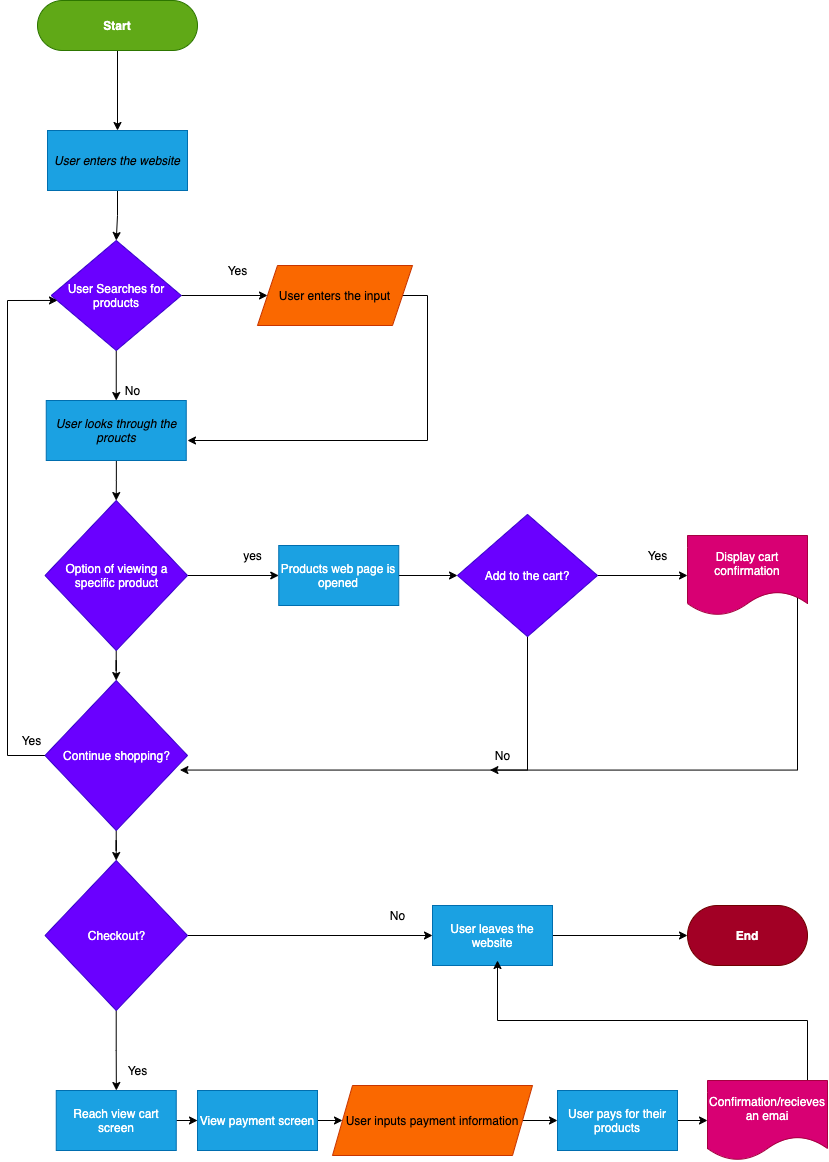
rcherukuru2000/fa21-cse110-lab4 keeps this draw.io diagram as explore/diagramming/diagram.drawio.png. Above is the earlier version. Source tidied: cells renumbered, new cells last; positions are measured from the earlier drawing's top-left corner, leaving out a move shared by most shapes.
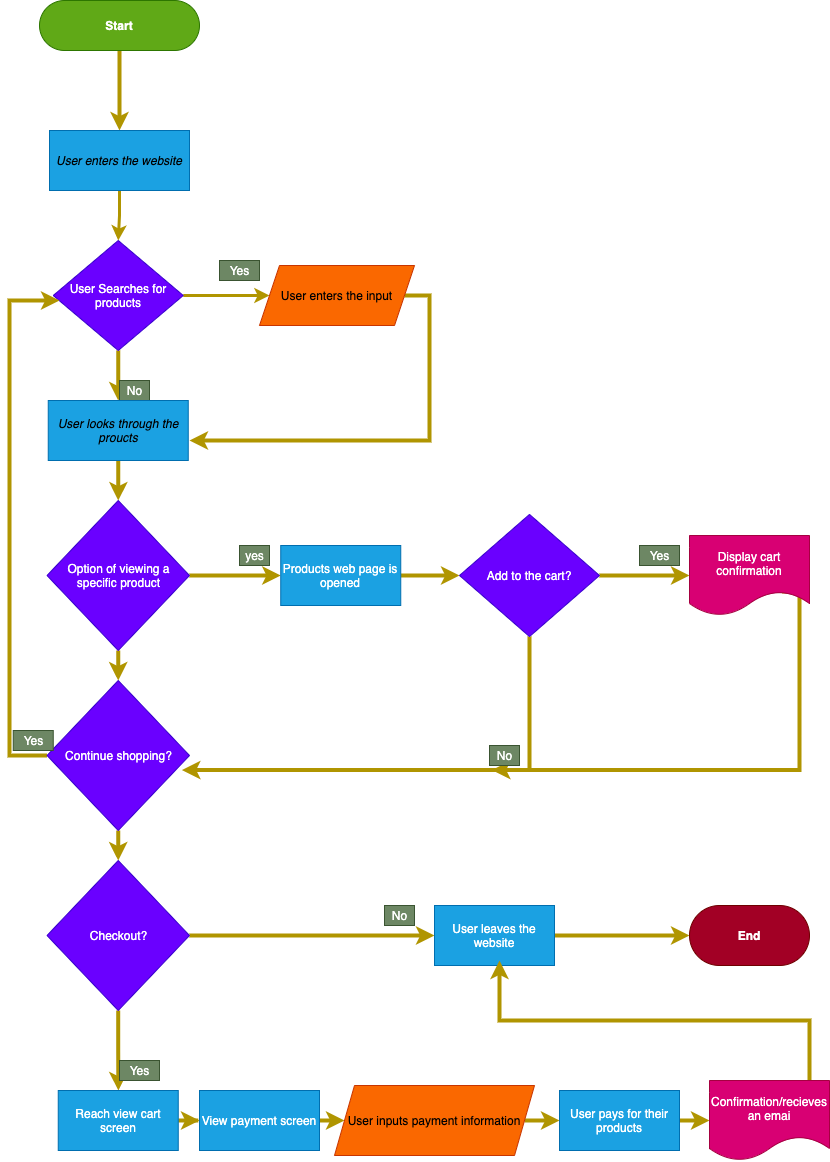
Later version of the same file.

Commit message:
editted diagram

The edit, as a diff of the source:
```diff
@@ -2,34 +2,34 @@
   <root>
     <mxCell id="0" />
     <mxCell id="1" parent="0" />
-    <mxCell id="2" style="edgeStyle=orthogonalEdgeStyle;rounded=0;jettySize=auto;html=1;entryX=0.5;entryY=0;entryDx=0;entryDy=0;" parent="1" edge="1" source="3" target="5">
+    <mxCell id="2" style="edgeStyle=orthogonalEdgeStyle;rounded=0;jettySize=auto;html=1;entryX=0.5;entryY=0;entryDx=0;entryDy=0;fillColor=#e3c800;strokeColor=#B09500;strokeWidth=4;" parent="1" edge="1" source="3" target="5">
       <mxGeometry relative="1" as="geometry" />
     </mxCell>
     <mxCell id="3" value="&lt;b&gt;Start&lt;/b&gt;" style="rounded=1;whiteSpace=wrap;html=1;arcSize=50;fillColor=#60a917;strokeColor=#2D7600;fontColor=#ffffff;" parent="1" vertex="1">
       <mxGeometry x="30" width="160" height="50" as="geometry" />
     </mxCell>
-    <mxCell id="4" style="edgeStyle=orthogonalEdgeStyle;rounded=0;jettySize=auto;html=1;entryX=0.5;entryY=0;entryDx=0;entryDy=0;" parent="1" edge="1" source="5" target="8">
+    <mxCell id="4" style="edgeStyle=orthogonalEdgeStyle;rounded=0;jettySize=auto;html=1;entryX=0.5;entryY=0;entryDx=0;entryDy=0;fillColor=#e3c800;strokeColor=#B09500;strokeWidth=3;" parent="1" edge="1" source="5" target="8">
       <mxGeometry relative="1" as="geometry" />
     </mxCell>
     <mxCell id="5" value="&lt;i&gt;&lt;font color=&quot;#000000&quot;&gt;User enters the website&lt;/font&gt;&lt;/i&gt;" style="rounded=0;whiteSpace=wrap;html=1;fillColor=#1ba1e2;strokeColor=#006EAF;fontColor=#ffffff;" parent="1" vertex="1">
       <mxGeometry x="40" y="130" width="140" height="60" as="geometry" />
     </mxCell>
-    <mxCell id="6" style="edgeStyle=orthogonalEdgeStyle;rounded=0;jettySize=auto;html=1;" parent="1" edge="1" source="8" target="14">
+    <mxCell id="6" style="edgeStyle=orthogonalEdgeStyle;rounded=0;jettySize=auto;html=1;fillColor=#e3c800;strokeColor=#B09500;strokeWidth=4;" parent="1" edge="1" source="8" target="14">
       <mxGeometry relative="1" as="geometry" />
     </mxCell>
-    <mxCell id="7" style="edgeStyle=orthogonalEdgeStyle;rounded=0;jettySize=auto;html=1;" parent="1" edge="1" source="8" target="12">
+    <mxCell id="7" style="edgeStyle=orthogonalEdgeStyle;rounded=0;jettySize=auto;html=1;fillColor=#e3c800;strokeColor=#B09500;strokeWidth=3;" parent="1" edge="1" source="8" target="12">
       <mxGeometry relative="1" as="geometry" />
     </mxCell>
     <mxCell id="8" value="User Searches for products" style="rhombus;whiteSpace=wrap;html=1;fillColor=#6a00ff;strokeColor=#3700CC;fontColor=#ffffff;" parent="1" vertex="1">
       <mxGeometry x="43.8" y="240" width="130" height="110" as="geometry" />
     </mxCell>
-    <mxCell id="9" value="Yes" style="text;html=1;align=center;verticalAlign=middle;strokeColor=none;" parent="1" vertex="1">
+    <mxCell id="9" value="Yes" style="text;html=1;align=center;verticalAlign=middle;strokeColor=#3A5431;fillColor=#6d8764;fontColor=#ffffff;" parent="1" vertex="1">
       <mxGeometry x="210" y="260" width="40" height="20" as="geometry" />
     </mxCell>
-    <mxCell id="10" value="No&lt;br&gt;" style="text;html=1;align=center;verticalAlign=middle;strokeColor=none;" parent="1" vertex="1">
+    <mxCell id="10" value="No&lt;br&gt;" style="text;html=1;align=center;verticalAlign=middle;strokeColor=#3A5431;fillColor=#6d8764;fontColor=#ffffff;" parent="1" vertex="1">
       <mxGeometry x="110" y="380" width="30" height="20" as="geometry" />
     </mxCell>
-    <mxCell id="11" style="edgeStyle=orthogonalEdgeStyle;rounded=0;jettySize=auto;html=1;" parent="1" edge="1" source="12">
+    <mxCell id="11" style="edgeStyle=orthogonalEdgeStyle;rounded=0;jettySize=auto;html=1;strokeWidth=4;fillColor=#e3c800;strokeColor=#B09500;" parent="1" edge="1" source="12">
       <mxGeometry relative="1" as="geometry">
         <mxPoint x="180" y="440" as="targetPoint" />
         <Array as="points">
@@ -41,34 +41,34 @@
     <mxCell id="12" value="User enters the input" style="shape=parallelogram;perimeter=parallelogramPerimeter;whiteSpace=wrap;html=1;fixedSize=1;fillColor=#fa6800;strokeColor=#C73500;fontColor=#000000;" parent="1" vertex="1">
       <mxGeometry x="250" y="265" width="155" height="60" as="geometry" />
     </mxCell>
-    <mxCell id="13" style="edgeStyle=orthogonalEdgeStyle;rounded=0;jettySize=auto;html=1;" parent="1" edge="1" source="14" target="17">
+    <mxCell id="13" style="edgeStyle=orthogonalEdgeStyle;rounded=0;jettySize=auto;html=1;fillColor=#e3c800;strokeColor=#B09500;strokeWidth=4;" parent="1" edge="1" source="14" target="17">
       <mxGeometry relative="1" as="geometry" />
     </mxCell>
     <mxCell id="14" value="&lt;i&gt;&lt;font color=&quot;#000000&quot;&gt;User looks through the proucts&lt;/font&gt;&lt;/i&gt;" style="rounded=0;whiteSpace=wrap;html=1;fillColor=#1ba1e2;strokeColor=#006EAF;fontColor=#ffffff;" parent="1" vertex="1">
       <mxGeometry x="38.8" y="400" width="140" height="60" as="geometry" />
     </mxCell>
-    <mxCell id="15" style="edgeStyle=orthogonalEdgeStyle;rounded=0;jettySize=auto;html=1;" parent="1" edge="1" source="17" target="19">
+    <mxCell id="15" style="edgeStyle=orthogonalEdgeStyle;rounded=0;jettySize=auto;html=1;fillColor=#e3c800;strokeColor=#B09500;strokeWidth=4;" parent="1" edge="1" source="17" target="19">
       <mxGeometry relative="1" as="geometry" />
     </mxCell>
-    <mxCell id="16" style="edgeStyle=orthogonalEdgeStyle;rounded=0;jettySize=auto;html=1;" parent="1" edge="1" source="17" target="29">
+    <mxCell id="16" style="edgeStyle=orthogonalEdgeStyle;rounded=0;jettySize=auto;html=1;fillColor=#e3c800;strokeColor=#B09500;strokeWidth=4;" parent="1" edge="1" source="17" target="29">
       <mxGeometry relative="1" as="geometry" />
     </mxCell>
     <mxCell id="17" value="Option of viewing a specific product" style="rhombus;whiteSpace=wrap;html=1;rounded=0;fontColor=#ffffff;strokeColor=#3700CC;fillColor=#6a00ff;" parent="1" vertex="1">
       <mxGeometry x="37.5" y="500" width="142.5" height="150" as="geometry" />
     </mxCell>
-    <mxCell id="18" style="edgeStyle=orthogonalEdgeStyle;rounded=0;jettySize=auto;html=1;" parent="1" edge="1" source="19" target="23">
+    <mxCell id="18" style="edgeStyle=orthogonalEdgeStyle;rounded=0;jettySize=auto;html=1;fillColor=#e3c800;strokeColor=#B09500;strokeWidth=4;" parent="1" edge="1" source="19" target="23">
       <mxGeometry relative="1" as="geometry" />
     </mxCell>
     <mxCell id="19" value="Products web page is opened" style="whiteSpace=wrap;html=1;rounded=0;fontColor=#ffffff;strokeColor=#006EAF;fillColor=#1ba1e2;" parent="1" vertex="1">
       <mxGeometry x="271.2" y="545" width="120" height="60" as="geometry" />
     </mxCell>
-    <mxCell id="20" value="yes" style="text;html=1;align=center;verticalAlign=middle;strokeColor=none;" parent="1" vertex="1">
+    <mxCell id="20" value="yes" style="text;html=1;align=center;verticalAlign=middle;strokeColor=#3A5431;fillColor=#6d8764;fontColor=#ffffff;" parent="1" vertex="1">
       <mxGeometry x="230" y="545" width="30" height="20" as="geometry" />
     </mxCell>
-    <mxCell id="21" style="edgeStyle=orthogonalEdgeStyle;rounded=0;jettySize=auto;html=1;" parent="1" edge="1" source="23" target="25">
+    <mxCell id="21" style="edgeStyle=orthogonalEdgeStyle;rounded=0;jettySize=auto;html=1;fillColor=#e3c800;strokeColor=#B09500;strokeWidth=4;" parent="1" edge="1" source="23" target="25">
       <mxGeometry relative="1" as="geometry" />
     </mxCell>
-    <mxCell id="22" style="edgeStyle=orthogonalEdgeStyle;rounded=0;jettySize=auto;html=1;entryX=0.947;entryY=0.597;entryDx=0;entryDy=0;entryPerimeter=0;" parent="1" edge="1" source="23" target="29">
+    <mxCell id="22" style="edgeStyle=orthogonalEdgeStyle;rounded=0;jettySize=auto;html=1;entryX=0.947;entryY=0.597;entryDx=0;entryDy=0;entryPerimeter=0;fillColor=#e3c800;strokeColor=#B09500;strokeWidth=4;" parent="1" edge="1" source="23" target="29">
       <mxGeometry relative="1" as="geometry">
         <Array as="points">
           <mxPoint x="520" y="770" />
@@ -78,7 +78,7 @@
     <mxCell id="23" value="Add to the cart?" style="rhombus;whiteSpace=wrap;html=1;rounded=0;fontColor=#ffffff;strokeColor=#3700CC;fillColor=#6a00ff;direction=south;" parent="1" vertex="1">
       <mxGeometry x="450" y="513.9" width="140" height="122.2" as="geometry" />
     </mxCell>
-    <mxCell id="24" style="edgeStyle=orthogonalEdgeStyle;rounded=0;jettySize=auto;html=1;exitX=0.77;exitY=0.7;exitDx=0;exitDy=0;exitPerimeter=0;entryX=0.081;entryY=1.229;entryDx=0;entryDy=0;entryPerimeter=0;" parent="1" edge="1" source="25" target="31">
+    <mxCell id="24" style="edgeStyle=orthogonalEdgeStyle;rounded=0;jettySize=auto;html=1;exitX=0.77;exitY=0.7;exitDx=0;exitDy=0;exitPerimeter=0;entryX=0.081;entryY=1.229;entryDx=0;entryDy=0;entryPerimeter=0;fillColor=#e3c800;strokeColor=#B09500;strokeWidth=4;" parent="1" edge="1" source="25" target="31">
       <mxGeometry relative="1" as="geometry">
         <Array as="points">
           <mxPoint x="790" y="591" />
@@ -89,10 +89,10 @@
     <mxCell id="25" value="Display cart confirmation" style="shape=document;whiteSpace=wrap;html=1;boundedLbl=1;rounded=0;fontColor=#ffffff;strokeColor=#A50040;fillColor=#d80073;" parent="1" vertex="1">
       <mxGeometry x="680" y="535" width="120" height="80" as="geometry" />
     </mxCell>
-    <mxCell id="26" value="Yes" style="text;html=1;align=center;verticalAlign=middle;strokeColor=none;" parent="1" vertex="1">
+    <mxCell id="26" value="Yes" style="text;html=1;align=center;verticalAlign=middle;strokeColor=#3A5431;fillColor=#6d8764;fontColor=#ffffff;" parent="1" vertex="1">
       <mxGeometry x="630" y="545" width="40" height="20" as="geometry" />
     </mxCell>
-    <mxCell id="27" style="edgeStyle=orthogonalEdgeStyle;rounded=0;jettySize=auto;html=1;entryX=0.048;entryY=0.545;entryDx=0;entryDy=0;entryPerimeter=0;" parent="1" edge="1" source="29" target="8">
+    <mxCell id="27" style="edgeStyle=orthogonalEdgeStyle;rounded=0;jettySize=auto;html=1;entryX=0.048;entryY=0.545;entryDx=0;entryDy=0;entryPerimeter=0;fillColor=#e3c800;strokeColor=#B09500;strokeWidth=4;" parent="1" edge="1" source="29" target="8">
       <mxGeometry relative="1" as="geometry">
         <Array as="points">
           <mxPoint y="755" />
@@ -100,67 +100,67 @@
         </Array>
       </mxGeometry>
     </mxCell>
-    <mxCell id="28" style="edgeStyle=orthogonalEdgeStyle;rounded=0;jettySize=auto;html=1;" parent="1" edge="1" source="29" target="34">
+    <mxCell id="28" style="edgeStyle=orthogonalEdgeStyle;rounded=0;jettySize=auto;html=1;fillColor=#e3c800;strokeColor=#B09500;strokeWidth=4;" parent="1" edge="1" source="29" target="34">
       <mxGeometry relative="1" as="geometry" />
     </mxCell>
     <mxCell id="29" value="Continue shopping?" style="rhombus;whiteSpace=wrap;html=1;rounded=0;fontColor=#ffffff;strokeColor=#3700CC;fillColor=#6a00ff;" parent="1" vertex="1">
       <mxGeometry x="37.5" y="680" width="142.5" height="150" as="geometry" />
     </mxCell>
-    <mxCell id="30" value="Yes" style="text;html=1;align=center;verticalAlign=middle;strokeColor=none;" parent="1" vertex="1">
+    <mxCell id="30" value="Yes" style="text;html=1;align=center;verticalAlign=middle;strokeColor=#3A5431;fillColor=#6d8764;fontColor=#ffffff;" parent="1" vertex="1">
       <mxGeometry x="3.8" y="730" width="40" height="20" as="geometry" />
     </mxCell>
-    <mxCell id="31" value="No" style="text;html=1;align=center;verticalAlign=middle;points=[];strokeColor=none;" parent="1" vertex="1">
+    <mxCell id="31" value="No" style="text;html=1;align=center;verticalAlign=middle;points=[];strokeColor=#3A5431;fillColor=#6d8764;fontColor=#ffffff;" parent="1" vertex="1">
       <mxGeometry x="480" y="745" width="30" height="20" as="geometry" />
     </mxCell>
-    <mxCell id="32" style="edgeStyle=orthogonalEdgeStyle;rounded=0;jettySize=auto;html=1;" parent="1" edge="1" source="34" target="36">
+    <mxCell id="32" style="edgeStyle=orthogonalEdgeStyle;rounded=0;jettySize=auto;html=1;fillColor=#e3c800;strokeColor=#B09500;strokeWidth=4;" parent="1" edge="1" source="34" target="36">
       <mxGeometry relative="1" as="geometry" />
     </mxCell>
-    <mxCell id="33" style="edgeStyle=orthogonalEdgeStyle;rounded=0;jettySize=auto;html=1;" parent="1" edge="1" source="34" target="39">
+    <mxCell id="33" style="edgeStyle=orthogonalEdgeStyle;rounded=0;jettySize=auto;html=1;fillColor=#e3c800;strokeColor=#B09500;strokeWidth=4;" parent="1" edge="1" source="34" target="39">
       <mxGeometry relative="1" as="geometry" />
     </mxCell>
     <mxCell id="34" value="Checkout?" style="rhombus;whiteSpace=wrap;html=1;rounded=0;fontColor=#ffffff;strokeColor=#3700CC;fillColor=#6a00ff;" parent="1" vertex="1">
       <mxGeometry x="37.5" y="860" width="142.5" height="150" as="geometry" />
     </mxCell>
-    <mxCell id="35" style="edgeStyle=orthogonalEdgeStyle;rounded=0;jettySize=auto;html=1;" parent="1" edge="1" source="36" target="41">
+    <mxCell id="35" style="edgeStyle=orthogonalEdgeStyle;rounded=0;jettySize=auto;html=1;fillColor=#e3c800;strokeColor=#B09500;strokeWidth=4;" parent="1" edge="1" source="36" target="41">
       <mxGeometry relative="1" as="geometry" />
     </mxCell>
     <mxCell id="36" value="User leaves the website" style="whiteSpace=wrap;html=1;rounded=0;fontColor=#ffffff;strokeColor=#006EAF;fillColor=#1ba1e2;" parent="1" vertex="1">
       <mxGeometry x="425" y="905" width="120" height="60" as="geometry" />
     </mxCell>
-    <mxCell id="37" value="No" style="text;html=1;align=center;verticalAlign=middle;strokeColor=none;" parent="1" vertex="1">
+    <mxCell id="37" value="No" style="text;html=1;align=center;verticalAlign=middle;strokeColor=#3A5431;fillColor=#6d8764;fontColor=#ffffff;" parent="1" vertex="1">
       <mxGeometry x="375" y="905" width="30" height="20" as="geometry" />
     </mxCell>
-    <mxCell id="38" style="edgeStyle=orthogonalEdgeStyle;rounded=0;jettySize=auto;html=1;" parent="1" edge="1" source="39" target="43">
+    <mxCell id="38" style="edgeStyle=orthogonalEdgeStyle;rounded=0;jettySize=auto;html=1;fillColor=#e3c800;strokeColor=#B09500;strokeWidth=4;" parent="1" edge="1" source="39" target="43">
       <mxGeometry relative="1" as="geometry" />
     </mxCell>
     <mxCell id="39" value="Reach view cart screen" style="whiteSpace=wrap;html=1;rounded=0;fontColor=#ffffff;strokeColor=#006EAF;fillColor=#1ba1e2;" parent="1" vertex="1">
       <mxGeometry x="48.8" y="1090" width="120" height="60" as="geometry" />
     </mxCell>
-    <mxCell id="40" value="Yes" style="text;html=1;align=center;verticalAlign=middle;strokeColor=none;" parent="1" vertex="1">
+    <mxCell id="40" value="Yes" style="text;html=1;align=center;verticalAlign=middle;strokeColor=#3A5431;fillColor=#6d8764;fontColor=#ffffff;" parent="1" vertex="1">
       <mxGeometry x="110" y="1060" width="40" height="20" as="geometry" />
     </mxCell>
     <mxCell id="41" value="&lt;b&gt;End&lt;/b&gt;" style="rounded=1;whiteSpace=wrap;html=1;arcSize=50;fillColor=#a20025;strokeColor=#6F0000;fontColor=#ffffff;" parent="1" vertex="1">
       <mxGeometry x="680" y="905" width="120" height="60" as="geometry" />
     </mxCell>
-    <mxCell id="42" style="edgeStyle=orthogonalEdgeStyle;rounded=0;jettySize=auto;html=1;" parent="1" edge="1" source="43" target="45">
+    <mxCell id="42" style="edgeStyle=orthogonalEdgeStyle;rounded=0;jettySize=auto;html=1;fillColor=#e3c800;strokeColor=#B09500;strokeWidth=4;" parent="1" edge="1" source="43" target="45">
       <mxGeometry relative="1" as="geometry" />
     </mxCell>
     <mxCell id="43" value="View payment screen" style="whiteSpace=wrap;html=1;rounded=0;fontColor=#ffffff;strokeColor=#006EAF;fillColor=#1ba1e2;" parent="1" vertex="1">
       <mxGeometry x="190" y="1090" width="120" height="60" as="geometry" />
     </mxCell>
-    <mxCell id="44" style="edgeStyle=orthogonalEdgeStyle;rounded=0;jettySize=auto;html=1;" parent="1" edge="1" source="45" target="47">
+    <mxCell id="44" style="edgeStyle=orthogonalEdgeStyle;rounded=0;jettySize=auto;html=1;fillColor=#e3c800;strokeColor=#B09500;strokeWidth=4;" parent="1" edge="1" source="45" target="47">
       <mxGeometry relative="1" as="geometry" />
     </mxCell>
     <mxCell id="45" value="User inputs payment information" style="shape=parallelogram;perimeter=parallelogramPerimeter;whiteSpace=wrap;html=1;fixedSize=1;rounded=0;fontColor=#000000;strokeColor=#C73500;fillColor=#fa6800;" parent="1" vertex="1">
       <mxGeometry x="325" y="1085" width="200" height="70" as="geometry" />
     </mxCell>
-    <mxCell id="46" style="edgeStyle=orthogonalEdgeStyle;rounded=0;jettySize=auto;html=1;" parent="1" edge="1" source="47" target="49">
+    <mxCell id="46" style="edgeStyle=orthogonalEdgeStyle;rounded=0;jettySize=auto;html=1;fillColor=#e3c800;strokeColor=#B09500;strokeWidth=4;" parent="1" edge="1" source="47" target="49">
       <mxGeometry relative="1" as="geometry" />
     </mxCell>
     <mxCell id="47" value="User pays for their products" style="whiteSpace=wrap;html=1;rounded=0;fontColor=#ffffff;strokeColor=#006EAF;fillColor=#1ba1e2;" parent="1" vertex="1">
       <mxGeometry x="550" y="1090" width="120" height="60" as="geometry" />
     </mxCell>
-    <mxCell id="48" style="edgeStyle=orthogonalEdgeStyle;rounded=0;jettySize=auto;html=1;" parent="1" edge="1" source="49">
+    <mxCell id="48" style="edgeStyle=orthogonalEdgeStyle;rounded=0;jettySize=auto;html=1;fillColor=#e3c800;strokeColor=#B09500;strokeWidth=4;" parent="1" edge="1" source="49">
       <mxGeometry relative="1" as="geometry">
         <mxPoint x="490" y="960" as="targetPoint" />
         <Array as="points">
```
